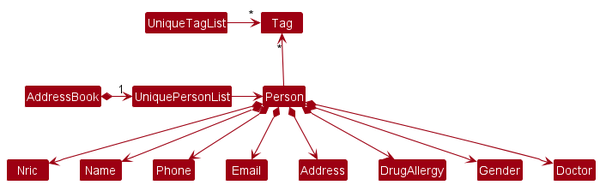
The PlantUML diagram docs/images/BetterNricModelClassDiagram.png in nus-cs2103-AY2223S2/tp, before a commit. Its source is kept beside it as docs/diagrams/BetterNricModelClassDiagram.puml.
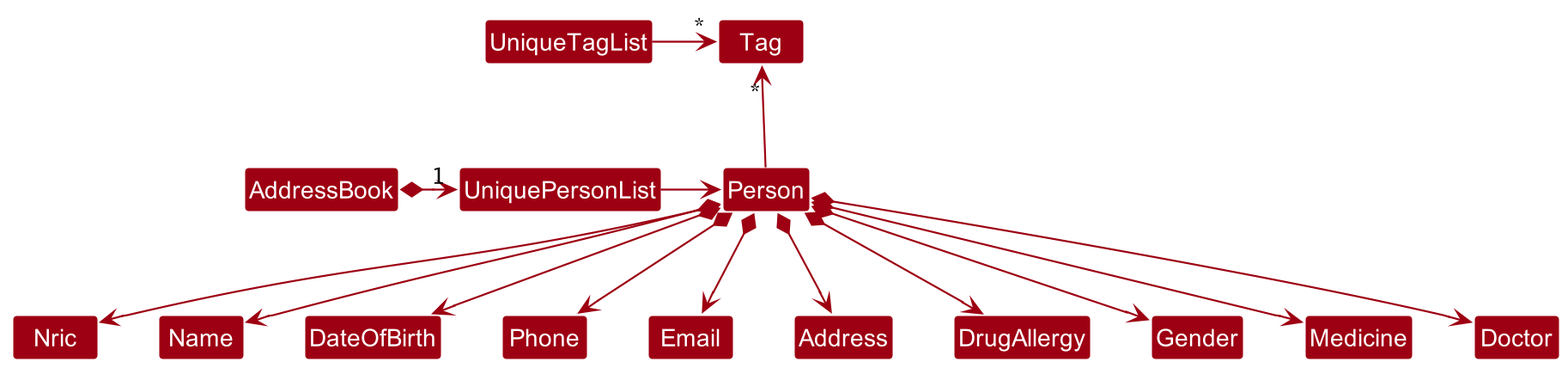
After the change.

What changed in the source:
```diff
@@ -14,10 +14,12 @@
 
 Person *--> Nric
 Person *--> Name
+Person *--> DateOfBirth
 Person *--> Phone
 Person *--> Email
 Person *--> Address
 Person *--> DrugAllergy
 Person *--> Gender
+Person *--> Medicine
 Person *--> Doctor
 @enduml
```
